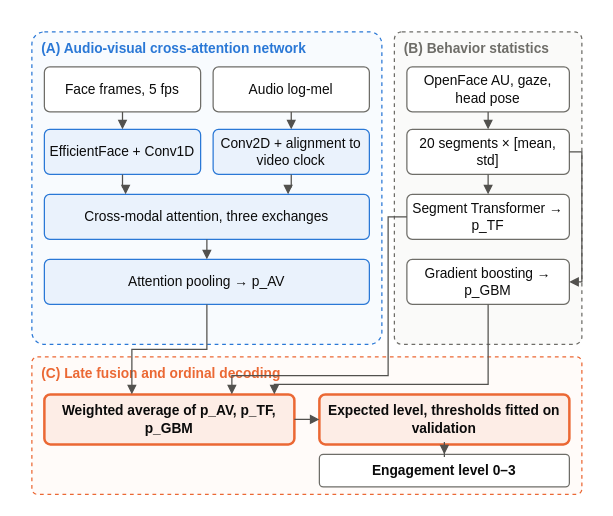
Above: research/paper/AVB-Engage_JAIHC_final/figures/src/overview.drawio in YuvrajGupta1808/AVTCA-Research (draw.io), before the change. Source tidied: cells renumbered, new cells numbered last; positions are measured from the earlier drawing's top-left corner, leaving out a move shared by most shapes. Both pictures are drawn from the tidied source at 125%, with x=0, y=0 at pixel (31, 31).
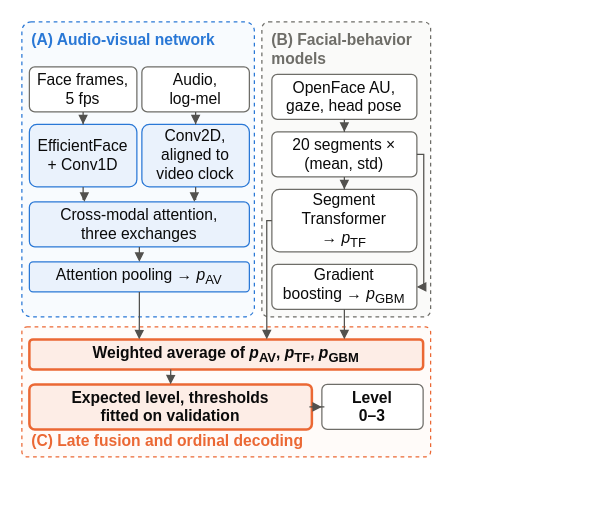
After the change.

The edit, as a diff of the source:
```diff
@@
-    <mxCell id="2" value="(A) Audio-visual cross-attention network" style="rounded=1;arcSize=4;whiteSpace=wrap;html=1;dashed=1;strokeColor=#2A78D6;fillColor=#F8FBFE;verticalAlign=top;align=left;spacingLeft=6;fontFamily=Helvetica;fontSize=11;fontStyle=1;fontColor=#2A78D6;" parent="1" vertex="1">
-      <mxGeometry width="280" height="250" as="geometry" />
+    <mxCell id="2" value="(A) Audio-visual network" style="rounded=1;arcSize=4;whiteSpace=wrap;html=1;dashed=1;strokeColor=#2A78D6;fillColor=#F8FBFE;verticalAlign=top;align=left;spacingLeft=6;spacingTop=1;spacingBottom=2;fontFamily=Helvetica;fontSize=12.5;fontStyle=1;fontColor=#2A78D6;" parent="1" vertex="1">
+      <mxGeometry x="-8" y="-8" width="186" height="236" as="geometry" />
     </mxCell>
-    <mxCell id="3" value="(B) Behavior statistics" style="rounded=1;arcSize=4;whiteSpace=wrap;html=1;dashed=1;strokeColor=#6E6D68;fillColor=#FAFAF9;verticalAlign=top;align=left;spacingLeft=6;fontFamily=Helvetica;fontSize=11;fontStyle=1;fontColor=#6E6D68;" parent="1" vertex="1">
-      <mxGeometry x="290" width="150" height="250" as="geometry" />
+    <mxCell id="3" value="(B) Facial-behavior models" style="rounded=1;arcSize=4;whiteSpace=wrap;html=1;dashed=1;strokeColor=#6E6D68;fillColor=#FAFAF9;verticalAlign=top;align=left;spacingLeft=6;spacingTop=1;spacingBottom=2;fontFamily=Helvetica;fontSize=12.5;fontStyle=1;fontColor=#6E6D68;" parent="1" vertex="1">
+      <mxGeometry x="184" y="-8" width="135" height="236" as="geometry" />
     </mxCell>
-    <mxCell id="4" value="(C) Late fusion and ordinal decoding" style="rounded=1;arcSize=4;whiteSpace=wrap;html=1;dashed=1;strokeColor=#EB6834;fillColor=#FFFBF9;verticalAlign=top;align=left;spacingLeft=6;fontFamily=Helvetica;fontSize=11;fontStyle=1;fontColor=#EB6834;" parent="1" vertex="1">
-      <mxGeometry y="260" width="440" height="110" as="geometry" />
+    <mxCell id="4" value="(C) Late fusion and ordinal decoding" style="rounded=1;arcSize=4;whiteSpace=wrap;html=1;dashed=1;strokeColor=#EB6834;fillColor=#FFFBF9;verticalAlign=bottom;align=left;spacingLeft=6;spacingTop=1;spacingBottom=2;fontFamily=Helvetica;fontSize=12.5;fontStyle=1;fontColor=#EB6834;" parent="1" vertex="1">
+      <mxGeometry x="-8" y="236" width="327" height="104" as="geometry" />
     </mxCell>
-    <mxCell id="5" value="Face frames, 5 fps" style="rounded=1;arcSize=12;whiteSpace=wrap;html=1;strokeColor=#6E6D68;fillColor=#FFFFFF;strokeWidth=1;fontFamily=Helvetica;fontSize=11;fontColor=#0B0B0B;" parent="1" vertex="1">
-      <mxGeometry x="10" y="28" width="125" height="36" as="geometry" />
+    <mxCell id="5" value="Face frames,&lt;br&gt;5 fps" style="rounded=1;arcSize=12;whiteSpace=wrap;html=1;spacing=2;strokeColor=#6E6D68;fillColor=#FFFFFF;strokeWidth=1;fontFamily=Helvetica;fontSize=12.5;fontColor=#0B0B0B;" parent="1" vertex="1">
+      <mxGeometry x="-2" y="28" width="86" height="36" as="geometry" />
     </mxCell>
-    <mxCell id="6" value="Audio log-mel" style="rounded=1;arcSize=12;whiteSpace=wrap;html=1;strokeColor=#6E6D68;fillColor=#FFFFFF;strokeWidth=1;fontFamily=Helvetica;fontSize=11;fontColor=#0B0B0B;" parent="1" vertex="1">
-      <mxGeometry x="145" y="28" width="125" height="36" as="geometry" />
+    <mxCell id="6" value="Audio,&lt;br&gt;log-mel" style="rounded=1;arcSize=12;whiteSpace=wrap;html=1;spacing=2;strokeColor=#6E6D68;fillColor=#FFFFFF;strokeWidth=1;fontFamily=Helvetica;fontSize=12.5;fontColor=#0B0B0B;" parent="1" vertex="1">
+      <mxGeometry x="88" y="28" width="86" height="36" as="geometry" />
     </mxCell>
-    <mxCell id="7" value="EfficientFace + Conv1D" style="rounded=1;arcSize=12;whiteSpace=wrap;html=1;strokeColor=#2A78D6;fillColor=#EAF2FC;strokeWidth=1;fontFamily=Helvetica;fontSize=11;fontColor=#0B0B0B;" parent="1" vertex="1">
-      <mxGeometry x="10" y="78" width="125" height="36" as="geometry" />
+    <mxCell id="7" value="EfficientFace&lt;br&gt;+ Conv1D" style="rounded=1;arcSize=12;whiteSpace=wrap;html=1;spacing=2;strokeColor=#2A78D6;fillColor=#EAF2FC;strokeWidth=1;fontFamily=Helvetica;fontSize=12.5;fontColor=#0B0B0B;" parent="1" vertex="1">
+      <mxGeometry x="-2" y="74" width="86" height="50" as="geometry" />
     </mxCell>
-    <mxCell id="8" value="Conv2D + alignment to video clock" style="rounded=1;arcSize=12;whiteSpace=wrap;html=1;strokeColor=#2A78D6;fillColor=#EAF2FC;strokeWidth=1;fontFamily=Helvetica;fontSize=11;fontColor=#0B0B0B;" parent="1" vertex="1">
-      <mxGeometry x="145" y="78" width="125" height="36" as="geometry" />
+    <mxCell id="8" value="Conv2D,&lt;br&gt;aligned to&lt;br&gt;video clock" style="rounded=1;arcSize=12;whiteSpace=wrap;html=1;spacing=2;strokeColor=#2A78D6;fillColor=#EAF2FC;strokeWidth=1;fontFamily=Helvetica;fontSize=12.5;fontColor=#0B0B0B;" parent="1" vertex="1">
+      <mxGeometry x="88" y="74" width="86" height="50" as="geometry" />
     </mxCell>
-    <mxCell id="9" value="Cross-modal attention, three exchanges" style="rounded=1;arcSize=12;whiteSpace=wrap;html=1;strokeColor=#2A78D6;fillColor=#EAF2FC;strokeWidth=1;fontFamily=Helvetica;fontSize=11;fontColor=#0B0B0B;" parent="1" vertex="1">
-      <mxGeometry x="10" y="130" width="260" height="36" as="geometry" />
+    <mxCell id="9" value="Cross-modal attention,&lt;br&gt;three exchanges" style="rounded=1;arcSize=12;whiteSpace=wrap;html=1;spacing=2;strokeColor=#2A78D6;fillColor=#EAF2FC;strokeWidth=1;fontFamily=Helvetica;fontSize=12.5;fontColor=#0B0B0B;" parent="1" vertex="1">
+      <mxGeometry x="-2" y="136" width="176" height="36" as="geometry" />
     </mxCell>
-    <mxCell id="10" value="Attention pooling → p_AV" style="rounded=1;arcSize=12;whiteSpace=wrap;html=1;strokeColor=#2A78D6;fillColor=#EAF2FC;strokeWidth=1;fontFamily=Helvetica;fontSize=11;fontColor=#0B0B0B;" parent="1" vertex="1">
-      <mxGeometry x="10" y="182" width="260" height="36" as="geometry" />
+    <mxCell id="10" value="Attention pooling &amp;#8594; &lt;i&gt;p&lt;/i&gt;&lt;sub&gt;AV&lt;/sub&gt;" style="rounded=1;arcSize=12;whiteSpace=wrap;html=1;spacing=2;strokeColor=#2A78D6;fillColor=#EAF2FC;strokeWidth=1;fontFamily=Helvetica;fontSize=12.5;fontColor=#0B0B0B;" parent="1" vertex="1">
+      <mxGeometry x="-2" y="184" width="176" height="24" as="geometry" />
     </mxCell>
-    <mxCell id="11" value="OpenFace AU, gaze, head pose" style="rounded=1;arcSize=12;whiteSpace=wrap;html=1;strokeColor=#6E6D68;fillColor=#FFFFFF;strokeWidth=1;fontFamily=Helvetica;fontSize=11;fontColor=#0B0B0B;" parent="1" vertex="1">
-      <mxGeometry x="300" y="28" width="130" height="36" as="geometry" />
+    <mxCell id="11" value="OpenFace AU,&lt;br&gt;gaze, head pose" style="rounded=1;arcSize=12;whiteSpace=wrap;html=1;spacing=2;strokeColor=#6E6D68;fillColor=#FFFFFF;strokeWidth=1;fontFamily=Helvetica;fontSize=12.5;fontColor=#0B0B0B;" parent="1" vertex="1">
+      <mxGeometry x="192" y="34" width="116" height="36" as="geometry" />
     </mxCell>
-    <mxCell id="12" value="20 segments × [mean, std]" style="rounded=1;arcSize=12;whiteSpace=wrap;html=1;strokeColor=#6E6D68;fillColor=#FFFFFF;strokeWidth=1;fontFamily=Helvetica;fontSize=11;fontColor=#0B0B0B;" parent="1" vertex="1">
-      <mxGeometry x="300" y="78" width="130" height="36" as="geometry" />
+    <mxCell id="12" value="20 segments &amp;#215;&lt;br&gt;(mean, std)" style="rounded=1;arcSize=12;whiteSpace=wrap;html=1;spacing=2;strokeColor=#6E6D68;fillColor=#FFFFFF;strokeWidth=1;fontFamily=Helvetica;fontSize=12.5;fontColor=#0B0B0B;" parent="1" vertex="1">
+      <mxGeometry x="192" y="80" width="116" height="36" as="geometry" />
     </mxCell>
-    <mxCell id="13" value="Segment Transformer → p_TF" style="rounded=1;arcSize=12;whiteSpace=wrap;html=1;strokeColor=#6E6D68;fillColor=#FFFFFF;strokeWidth=1;fontFamily=Helvetica;fontSize=11;fontColor=#0B0B0B;" parent="1" vertex="1">
-      <mxGeometry x="300" y="130" width="130" height="36" as="geometry" />
+    <mxCell id="13" value="Segment&lt;br&gt;Transformer&lt;br&gt;&amp;#8594; &lt;i&gt;p&lt;/i&gt;&lt;sub&gt;TF&lt;/sub&gt;" style="rounded=1;arcSize=12;whiteSpace=wrap;html=1;spacing=2;strokeColor=#6E6D68;fillColor=#FFFFFF;strokeWidth=1;fontFamily=Helvetica;fontSize=12.5;fontColor=#0B0B0B;" parent="1" vertex="1">
+      <mxGeometry x="192" y="126" width="116" height="50" as="geometry" />
     </mxCell>
-    <mxCell id="14" value="Gradient boosting → p_GBM" style="rounded=1;arcSize=12;whiteSpace=wrap;html=1;strokeColor=#6E6D68;fillColor=#FFFFFF;strokeWidth=1;fontFamily=Helvetica;fontSize=11;fontColor=#0B0B0B;" parent="1" vertex="1">
-      <mxGeometry x="300" y="182" width="130" height="36" as="geometry" />
+    <mxCell id="14" value="Gradient&lt;br&gt;boosting &amp;#8594; &lt;i&gt;p&lt;/i&gt;&lt;sub&gt;GBM&lt;/sub&gt;" style="rounded=1;arcSize=12;whiteSpace=wrap;html=1;spacing=2;strokeColor=#6E6D68;fillColor=#FFFFFF;strokeWidth=1;fontFamily=Helvetica;fontSize=12.5;fontColor=#0B0B0B;" parent="1" vertex="1">
+      <mxGeometry x="192" y="186" width="116" height="36" as="geometry" />
     </mxCell>
-    <mxCell id="15" value="&lt;b&gt;Weighted average of p_AV, p_TF, p_GBM&lt;/b&gt;" style="rounded=1;arcSize=12;whiteSpace=wrap;html=1;strokeColor=#EB6834;fillColor=#FDEDE6;strokeWidth=2;fontFamily=Helvetica;fontSize=11;fontColor=#0B0B0B;" parent="1" vertex="1">
-      <mxGeometry x="10" y="290" width="200" height="40" as="geometry" />
+    <mxCell id="15" value="&lt;b&gt;Weighted average of &lt;i&gt;p&lt;/i&gt;&lt;sub&gt;AV&lt;/sub&gt;, &lt;i&gt;p&lt;/i&gt;&lt;sub&gt;TF&lt;/sub&gt;, &lt;i&gt;p&lt;/i&gt;&lt;sub&gt;GBM&lt;/sub&gt;&lt;/b&gt;" style="rounded=1;arcSize=12;whiteSpace=wrap;html=1;spacing=2;strokeColor=#EB6834;fillColor=#FDEDE6;strokeWidth=2;fontFamily=Helvetica;fontSize=12.5;fontColor=#0B0B0B;" parent="1" vertex="1">
+      <mxGeometry x="-2" y="246" width="315" height="24" as="geometry" />
     </mxCell>
-    <mxCell id="16" value="&lt;b&gt;Expected level, thresholds fitted on validation&lt;/b&gt;" style="rounded=1;arcSize=12;whiteSpace=wrap;html=1;strokeColor=#EB6834;fillColor=#FDEDE6;strokeWidth=2;fontFamily=Helvetica;fontSize=11;fontColor=#0B0B0B;" parent="1" vertex="1">
-      <mxGeometry x="230" y="290" width="200" height="40" as="geometry" />
+    <mxCell id="16" value="&lt;b&gt;Expected level, thresholds&lt;br&gt;fitted on validation&lt;/b&gt;" style="rounded=1;arcSize=12;whiteSpace=wrap;html=1;spacing=2;strokeColor=#EB6834;fillColor=#FDEDE6;strokeWidth=2;fontFamily=Helvetica;fontSize=12.5;fontColor=#0B0B0B;" parent="1" vertex="1">
+      <mxGeometry x="-2" y="282" width="226" height="36" as="geometry" />
     </mxCell>
-    <mxCell id="17" value="&lt;b&gt;Engagement level 0–3&lt;/b&gt;" style="rounded=1;arcSize=12;whiteSpace=wrap;html=1;strokeColor=#6E6D68;fillColor=#FFFFFF;strokeWidth=1;fontFamily=Helvetica;fontSize=11;fontColor=#0B0B0B;" parent="1" vertex="1">
-      <mxGeometry x="230" y="338" width="200" height="26" as="geometry" />
+    <mxCell id="17" value="&lt;b&gt;Level&lt;br&gt;0&amp;#8211;3&lt;/b&gt;" style="rounded=1;arcSize=12;whiteSpace=wrap;html=1;spacing=2;strokeColor=#6E6D68;fillColor=#FFFFFF;strokeWidth=1;fontFamily=Helvetica;fontSize=12.5;fontColor=#0B0B0B;" parent="1" vertex="1">
+      <mxGeometry x="232" y="282" width="81" height="36" as="geometry" />
     </mxCell>
@@
-    <mxCell id="20" style="edgeStyle=orthogonalEdgeStyle;rounded=0;html=1;endArrow=block;endSize=5;strokeColor=#52514E;" parent="1" edge="1" source="11" target="12">
+    <mxCell id="20" style="edgeStyle=orthogonalEdgeStyle;rounded=0;html=1;endArrow=block;endSize=5;strokeColor=#52514E;" parent="1" edge="1" source="9" target="10">
       <mxGeometry relative="1" as="geometry" />
     </mxCell>
-    <mxCell id="21" style="edgeStyle=orthogonalEdgeStyle;rounded=0;html=1;endArrow=block;endSize=5;strokeColor=#52514E;" parent="1" edge="1" source="12" target="13">
+    <mxCell id="21" style="edgeStyle=orthogonalEdgeStyle;rounded=0;html=1;endArrow=block;endSize=5;strokeColor=#52514E;" parent="1" edge="1" source="11" target="12">
       <mxGeometry relative="1" as="geometry" />
     </mxCell>
-    <mxCell id="22" style="edgeStyle=orthogonalEdgeStyle;rounded=0;html=1;endArrow=block;endSize=5;strokeColor=#52514E;" parent="1" edge="1" source="15" target="16">
+    <mxCell id="22" style="edgeStyle=orthogonalEdgeStyle;rounded=0;html=1;endArrow=block;endSize=5;strokeColor=#52514E;" parent="1" edge="1" source="12" target="13">
       <mxGeometry relative="1" as="geometry" />
     </mxCell>
@@
-    <mxCell id="26" style="edgeStyle=orthogonalEdgeStyle;rounded=0;html=1;endArrow=block;endSize=5;strokeColor=#52514E;" parent="1" edge="1" source="9" target="10">
+    <mxCell id="26" style="edgeStyle=orthogonalEdgeStyle;rounded=0;html=1;endArrow=block;endSize=5;strokeColor=#52514E;exitX=0.5;exitY=1;exitDx=0;exitDy=0;entryX=0.279;entryY=0;entryDx=0;entryDy=0;" parent="1" edge="1" source="10" target="15">
       <mxGeometry relative="1" as="geometry" />
     </mxCell>
-    <mxCell id="27" style="edgeStyle=orthogonalEdgeStyle;rounded=0;html=1;endArrow=block;endSize=5;strokeColor=#52514E;exitX=0.5;exitY=1;exitDx=0;exitDy=0;entryX=0.35;entryY=0;entryDx=0;entryDy=0;" parent="1" edge="1" source="10" target="15">
-      <mxGeometry relative="1" as="geometry" />
+    <mxCell id="27" style="edgeStyle=orthogonalEdgeStyle;rounded=0;html=1;endArrow=block;endSize=5;strokeColor=#52514E;exitX=1;exitY=0.5;exitDx=0;exitDy=0;entryX=1;entryY=0.5;entryDx=0;entryDy=0;" parent="1" edge="1" source="12" target="14">
+      <mxGeometry relative="1" as="geometry">
+        <Array as="points">
+          <mxPoint x="313.5" y="98" />
+          <mxPoint x="313.5" y="204" />
+        </Array>
+      </mxGeometry>
     </mxCell>
-    <mxCell id="28" style="edgeStyle=orthogonalEdgeStyle;rounded=0;html=1;endArrow=block;endSize=5;strokeColor=#52514E;exitX=1;exitY=0.5;exitDx=0;exitDy=0;entryX=1;entryY=0.5;entryDx=0;entryDy=0;" parent="1" edge="1" source="12" target="14">
-      <mxGeometry relative="1" as="geometry" />
+    <mxCell id="28" style="edgeStyle=orthogonalEdgeStyle;rounded=0;html=1;endArrow=block;endSize=5;strokeColor=#52514E;exitX=0;exitY=0.5;exitDx=0;exitDy=0;entryX=0.603;entryY=0;entryDx=0;entryDy=0;" parent="1" edge="1" source="13" target="15">
+      <mxGeometry relative="1" as="geometry">
+        <Array as="points">
+          <mxPoint x="188" y="151" />
+        </Array>
+      </mxGeometry>
     </mxCell>
-    <mxCell id="29" style="edgeStyle=orthogonalEdgeStyle;rounded=0;html=1;endArrow=block;endSize=5;strokeColor=#52514E;exitX=0;exitY=0.5;exitDx=0;exitDy=0;entryX=0.75;entryY=0;entryDx=0;entryDy=0;" parent="1" edge="1" source="13" target="15">
-      <mxGeometry relative="1" as="geometry">
-        <Array as="points">
-          <mxPoint x="285" y="148" />
-          <mxPoint x="285" y="275" />
-          <mxPoint x="160" y="275" />
-        </Array>
-      </mxGeometry>
+    <mxCell id="29" style="edgeStyle=orthogonalEdgeStyle;rounded=0;html=1;endArrow=block;endSize=5;strokeColor=#52514E;exitX=0.5;exitY=1;exitDx=0;exitDy=0;entryX=0.8;entryY=0;entryDx=0;entryDy=0;" parent="1" edge="1" source="14" target="15">
+      <mxGeometry relative="1" as="geometry" />
     </mxCell>
-    <mxCell id="30" style="edgeStyle=orthogonalEdgeStyle;rounded=0;html=1;endArrow=block;endSize=5;strokeColor=#52514E;exitX=0.5;exitY=1;exitDx=0;exitDy=0;entryX=0.92;entryY=0;entryDx=0;entryDy=0;" parent="1" edge="1" source="14" target="15">
-      <mxGeometry relative="1" as="geometry">
-        <Array as="points">
-          <mxPoint x="365" y="282" />
-          <mxPoint x="194" y="282" />
-        </Array>
-      </mxGeometry>
+    <mxCell id="30" style="edgeStyle=orthogonalEdgeStyle;rounded=0;html=1;endArrow=block;endSize=5;strokeColor=#52514E;exitX=0.359;exitY=1;exitDx=0;exitDy=0;entryX=0.5;entryY=0;entryDx=0;entryDy=0;" parent="1" edge="1" source="15" target="16">
+      <mxGeometry relative="1" as="geometry" />
     </mxCell>
```
